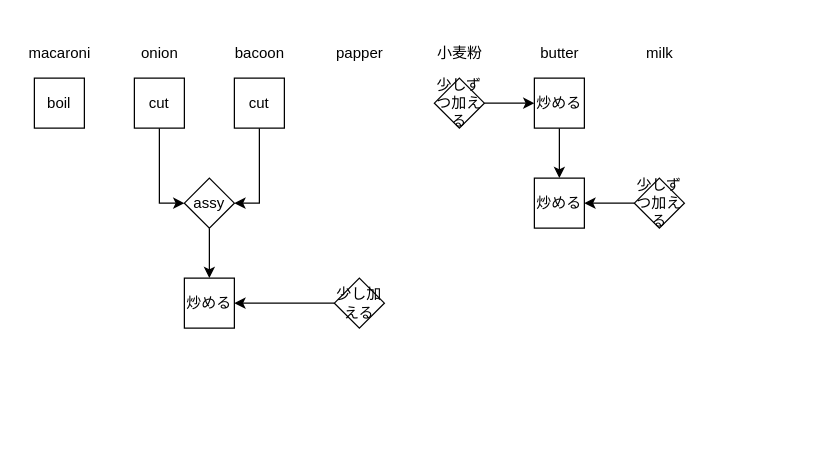
msatoh/flowchart keeps this draw.io diagram as page "ホワイトソース工程" (1 of 4) of Untitled Diagram.drawio. Above is the earlier version. Source tidied: cells renumbered, new cells numbered last; positions are measured from the earlier drawing's top-left corner, leaving out a move shared by most shapes. Both pictures are drawn from the tidied source at 125%, with x=0, y=0 at pixel (21, 40).
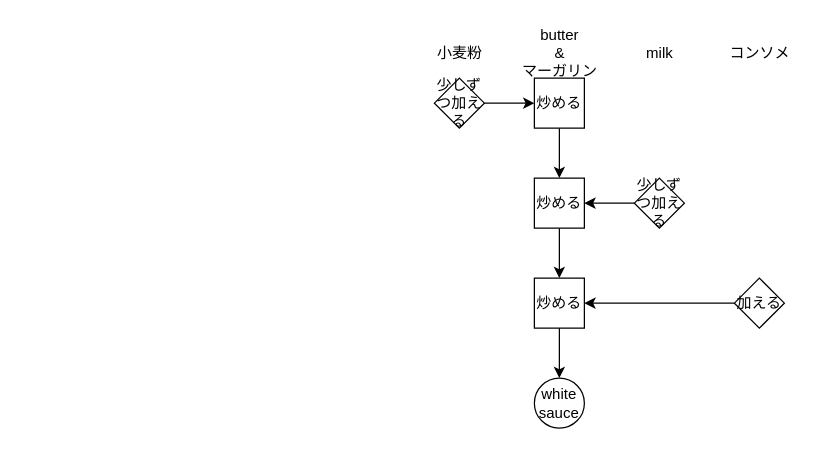
The same page after the edit.

Unchanged cells that the change refers to:
```xml
<mxCell id="20" value="炒める" style="rounded=0;whiteSpace=wrap;html=1;" parent="1" vertex="1">
  <mxGeometry x="410" y="110" width="40" height="40" as="geometry" />
</mxCell>
```

The edit, as a diff of the source:
```diff
@@
-    <mxCell id="2" value="macaroni" style="text;html=1;align=center;verticalAlign=middle;fillColor=none;strokeColor=none;rounded=0;" parent="1" vertex="1">
-      <mxGeometry width="60" height="20" as="geometry" />
-    </mxCell>
-    <mxCell id="3" style="edgeStyle=orthogonalEdgeStyle;rounded=0;jettySize=auto;html=1;exitX=0.5;exitY=1;exitDx=0;exitDy=0;entryX=0;entryY=0.5;entryDx=0;entryDy=0;" parent="1" edge="1" source="10" target="8">
-      <mxGeometry relative="1" as="geometry" />
-    </mxCell>
-    <mxCell id="4" value="onion" style="text;html=1;align=center;verticalAlign=middle;fillColor=none;strokeColor=none;rounded=0;" parent="1" vertex="1">
-      <mxGeometry x="90" width="40" height="20" as="geometry" />
-    </mxCell>
-    <mxCell id="5" style="edgeStyle=orthogonalEdgeStyle;rounded=0;jettySize=auto;html=1;exitX=0.5;exitY=1;exitDx=0;exitDy=0;entryX=1;entryY=0.5;entryDx=0;entryDy=0;" parent="1" edge="1" source="9" target="8">
-      <mxGeometry relative="1" as="geometry" />
-    </mxCell>
-    <mxCell id="6" value="bacoon" style="text;html=1;align=center;verticalAlign=middle;fillColor=none;strokeColor=none;rounded=0;" parent="1" vertex="1">
-      <mxGeometry x="165" width="50" height="20" as="geometry" />
-    </mxCell>
-    <mxCell id="7" style="edgeStyle=orthogonalEdgeStyle;rounded=0;jettySize=auto;html=1;exitX=0.5;exitY=1;exitDx=0;exitDy=0;entryX=0.5;entryY=0;entryDx=0;entryDy=0;" parent="1" edge="1" source="8" target="11">
-      <mxGeometry relative="1" as="geometry" />
-    </mxCell>
-    <mxCell id="8" value="assy" style="rhombus;whiteSpace=wrap;html=1;" parent="1" vertex="1">
-      <mxGeometry x="130" y="110" width="40" height="40" as="geometry" />
-    </mxCell>
-    <mxCell id="9" value="cut" style="whiteSpace=wrap;html=1;" parent="1" vertex="1">
-      <mxGeometry x="170" y="30" width="40" height="40" as="geometry" />
-    </mxCell>
-    <mxCell id="10" value="cut" style="whiteSpace=wrap;html=1;" parent="1" vertex="1">
-      <mxGeometry x="90" y="30" width="40" height="40" as="geometry" />
-    </mxCell>
-    <mxCell id="11" value="炒める" style="whiteSpace=wrap;html=1;" parent="1" vertex="1">
-      <mxGeometry x="130" y="190" width="40" height="40" as="geometry" />
-    </mxCell>
-    <mxCell id="12" value="boil" style="whiteSpace=wrap;html=1;" parent="1" vertex="1">
-      <mxGeometry x="10" y="30" width="40" height="40" as="geometry" />
-    </mxCell>
@@
-    <mxCell id="14" value="butter" style="text;html=1;align=center;verticalAlign=middle;fillColor=none;strokeColor=none;rounded=0;" parent="1" vertex="1">
-      <mxGeometry x="405" width="50" height="20" as="geometry" />
+    <mxCell id="14" value="&lt;div&gt;butter&lt;/div&gt;&lt;div&gt;&amp;amp;&lt;br&gt;&lt;/div&gt;&lt;div&gt;マーガリン&lt;br&gt;&lt;/div&gt;" style="text;html=1;align=center;verticalAlign=middle;fillColor=none;strokeColor=none;rounded=0;" parent="1" vertex="1">
+      <mxGeometry x="390" y="-15" width="80" height="50" as="geometry" />
     </mxCell>
@@
+    <mxCell id="26" style="edgeStyle=orthogonalEdgeStyle;rounded=0;jettySize=auto;html=1;" parent="1" edge="1" source="20" target="11">
+      <mxGeometry relative="1" as="geometry" />
+    </mxCell>
@@
-    <mxCell id="21" style="edgeStyle=orthogonalEdgeStyle;rounded=0;jettySize=auto;html=1;" parent="1" edge="1" source="22" target="11">
-      <mxGeometry relative="1" as="geometry" />
-    </mxCell>
-    <mxCell id="22" value="少し加える" style="rhombus;whiteSpace=wrap;html=1;" parent="1" vertex="1">
-      <mxGeometry x="250" y="190" width="40" height="40" as="geometry" />
-    </mxCell>
-    <mxCell id="23" value="papper" style="text;html=1;align=center;verticalAlign=middle;fillColor=none;strokeColor=none;rounded=0;" parent="1" vertex="1">
-      <mxGeometry x="245" width="50" height="20" as="geometry" />
-    </mxCell>
@@
+    <mxCell id="27" value="コンソメ" style="text;html=1;align=center;verticalAlign=middle;fillColor=none;strokeColor=none;rounded=0;" parent="1" vertex="1">
+      <mxGeometry x="560" width="60" height="20" as="geometry" />
+    </mxCell>
+    <mxCell id="28" style="edgeStyle=orthogonalEdgeStyle;rounded=0;jettySize=auto;html=1;entryX=1;entryY=0.5;entryDx=0;entryDy=0;" parent="1" edge="1" source="29" target="11">
+      <mxGeometry relative="1" as="geometry" />
+    </mxCell>
+    <mxCell id="29" value="加える" style="rhombus;whiteSpace=wrap;html=1;" parent="1" vertex="1">
+      <mxGeometry x="570" y="190" width="40" height="40" as="geometry" />
+    </mxCell>
+    <mxCell id="11" value="炒める" style="rounded=0;whiteSpace=wrap;html=1;" parent="1" vertex="1">
+      <mxGeometry x="410" y="190" width="40" height="40" as="geometry" />
+    </mxCell>
+    <mxCell id="30" style="edgeStyle=orthogonalEdgeStyle;rounded=0;jettySize=auto;html=1;exitX=0.5;exitY=1;exitDx=0;exitDy=0;" parent="1" edge="1" source="11" target="31">
+      <mxGeometry relative="1" as="geometry" />
+    </mxCell>
+    <mxCell id="31" value="white sauce" style="ellipse;whiteSpace=wrap;html=1;" parent="1" vertex="1">
+      <mxGeometry x="410" y="270" width="40" height="40" as="geometry" />
+    </mxCell>
```
